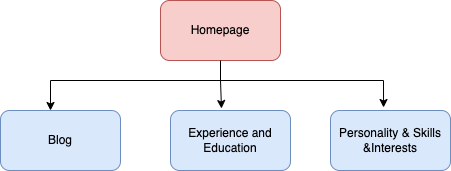
AnaBondiguel/My-Portfolio keeps this draw.io diagram as Sitemap.png. Above is the earlier version. Source tidied: cells renumbered, new cells last; positions are measured from the earlier drawing's top-left corner, leaving out a move shared by most shapes.
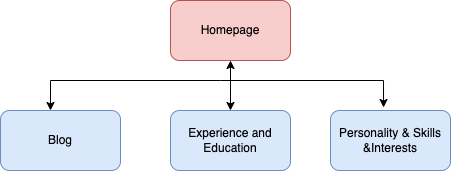
After the change.

The edit, as a diff of the source:
```diff
@@ -3,7 +3,7 @@
     <mxCell id="0" />
     <mxCell id="1" parent="0" />
     <mxCell id="2" value="Homepage" style="rounded=1;whiteSpace=wrap;html=1;fillColor=#f8cecc;strokeColor=#b85450;" parent="1" vertex="1">
-      <mxGeometry x="160" width="120" height="60" as="geometry" />
+      <mxGeometry x="170" width="120" height="60" as="geometry" />
     </mxCell>
     <mxCell id="3" value="Blog" style="rounded=1;whiteSpace=wrap;html=1;fillColor=#dae8fc;strokeColor=#6c8ebf;" parent="1" vertex="1">
       <mxGeometry y="110" width="120" height="60" as="geometry" />
@@ -14,14 +14,6 @@
     <mxCell id="5" value="Personality &amp;amp; Skills &amp;amp;Interests" style="rounded=1;whiteSpace=wrap;html=1;fillColor=#dae8fc;strokeColor=#6c8ebf;" parent="1" vertex="1">
       <mxGeometry x="330" y="110" width="120" height="60" as="geometry" />
     </mxCell>
-    <mxCell id="6" style="endArrow=classic;html=1;rounded=0;entryX=0.425;entryY=-0.033;entryDx=0;entryDy=0;entryPerimeter=0;" parent="1" edge="1" target="4">
-      <mxGeometry relative="1" as="geometry">
-        <mxPoint x="220" y="60" as="sourcePoint" />
-        <Array as="points">
-          <mxPoint x="220" y="80" />
-        </Array>
-      </mxGeometry>
-    </mxCell>
     <mxCell id="7" style="endArrow=classic;html=1;rounded=0;entryX=0.442;entryY=-0.05;entryDx=0;entryDy=0;entryPerimeter=0;" parent="1" edge="1" target="5">
       <mxGeometry relative="1" as="geometry">
         <mxPoint x="220" y="80" as="sourcePoint" />
@@ -39,5 +31,10 @@
         </Array>
       </mxGeometry>
     </mxCell>
+    <mxCell id="9" style="endArrow=classic;startArrow=classic;html=1;rounded=0;exitX=0.5;exitY=0;exitDx=0;exitDy=0;" parent="1" edge="1" source="4">
+      <mxGeometry relative="1" as="geometry">
+        <mxPoint x="230" y="60" as="targetPoint" />
+      </mxGeometry>
+    </mxCell>
   </root>
 </mxGraphModel>
```
